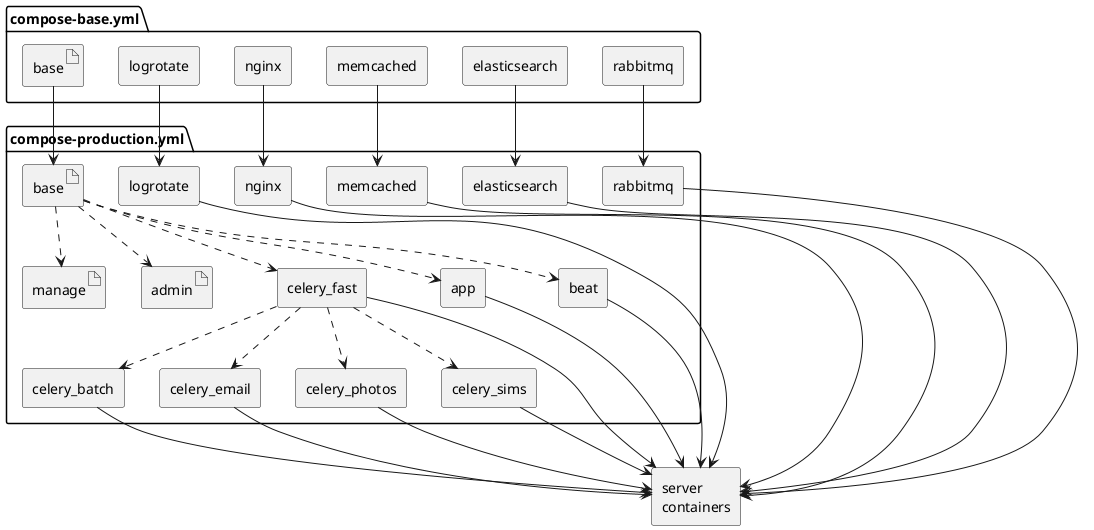
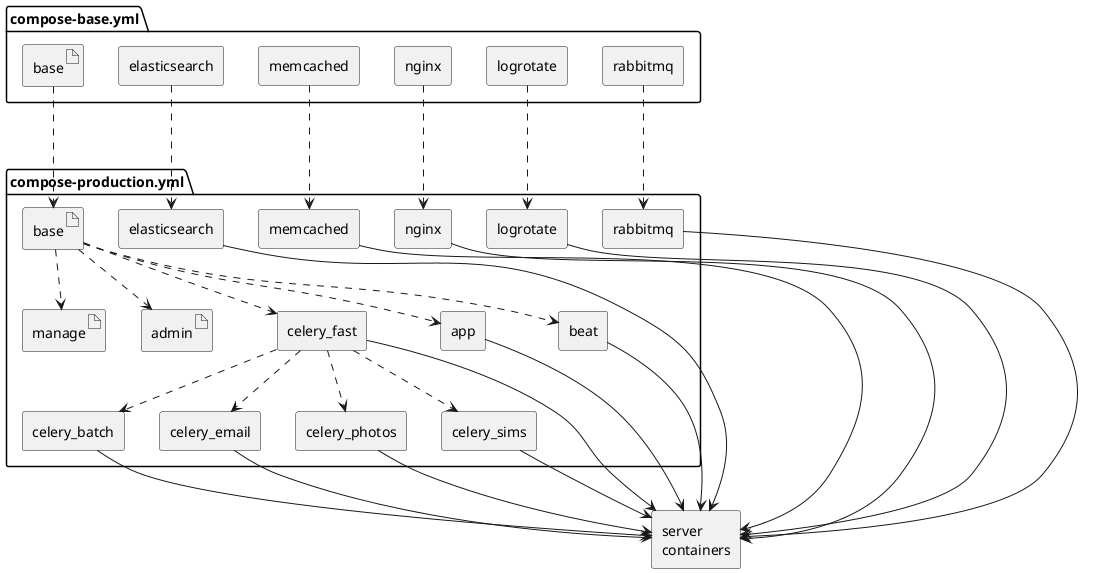
@startuml

package "compose-base.yml" {
    agent rabbitmq as rabbitmq_b
    agent elasticsearch as elasticsearch_b
    agent memcached as memcached_b
    agent nginx as nginx_b
    agent logrotate as logrotate_b

    artifact base as base_b
}

package "compose-production.yml" {
    agent rabbitmq
    agent elasticsearch
    agent memcached
    agent nginx
    agent logrotate
    artifact base
    artifact manage
    artifact admin
    agent app
    agent rabbitmq
    agent celery_fast
    agent celery_batch
    agent celery_email
    agent celery_photos
    agent celery_sims
    agent beat

    base ..> app
    base ..> celery_fast
    base ..> beat
    base ..> manage
    base ..> admin
    celery_fast ..> celery_batch
    celery_fast ..> celery_email
    celery_fast ..> celery_photos
    celery_fast ..> celery_sims
}

- rabbitmq_b --> rabbitmq
- elasticsearch_b --> elasticsearch
- memcached_b --> memcached
- nginx_b --> nginx
- logrotate_b --> logrotate
- base_b --> base
+ rabbitmq_b ..> rabbitmq
+ elasticsearch_b ..> elasticsearch
+ memcached_b ..-> memcached
+ nginx_b ..> nginx
+ logrotate_b ..> logrotate
+ base_b ..> base

agent "server\ncontainers" as server

app --> server
celery_batch --> server
celery_fast --> server
celery_email --> server
celery_photos --> server
celery_sims --> server
beat --> server
nginx ---> server
logrotate ---> server
rabbitmq ---> server
elasticsearch ---> server
memcached ---> server


@enduml
